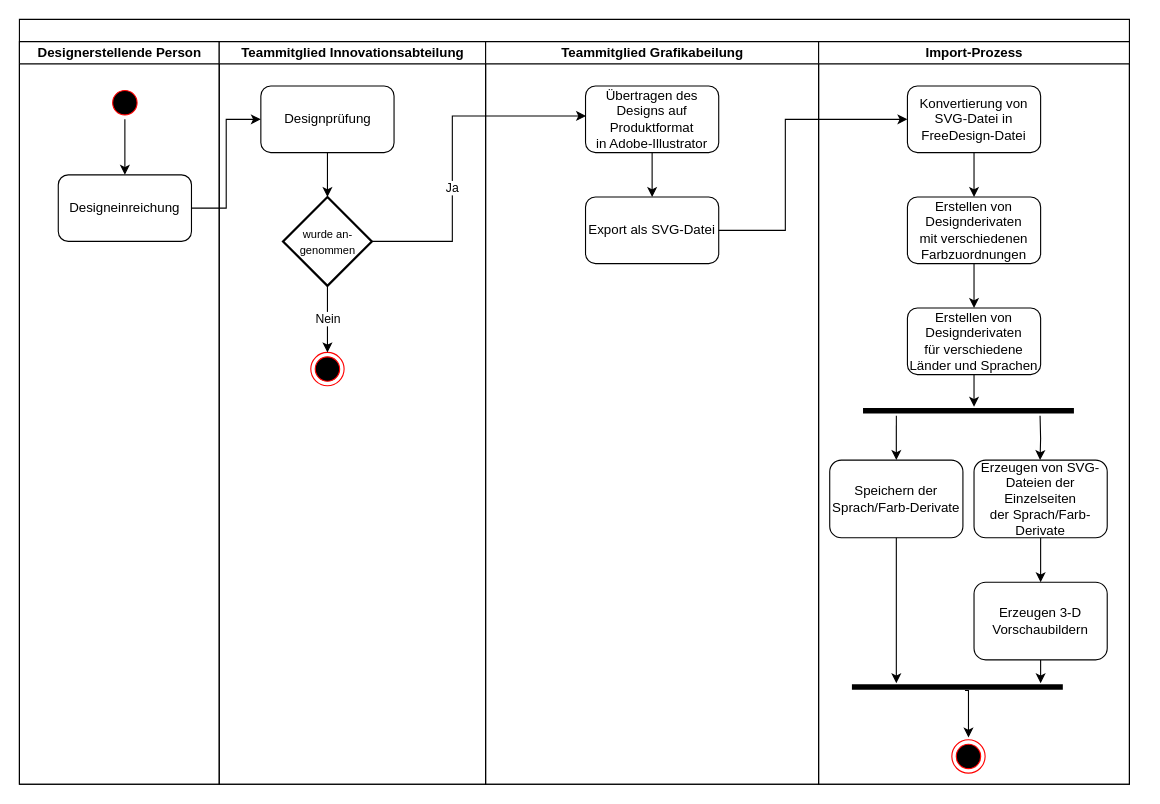
This is Arbeit/diagrams/Freedesign-Vorlagenerstellung.drawio from albreax/Diplomarbeit, a draw.io file, before an edit. Source tidied: cells renumbered, new cells numbered last; positions are measured from the earlier drawing's top-left corner, leaving out a move shared by most shapes. Both pictures are drawn from the tidied source at 111%, with x=0, y=0 at pixel (19, 19).
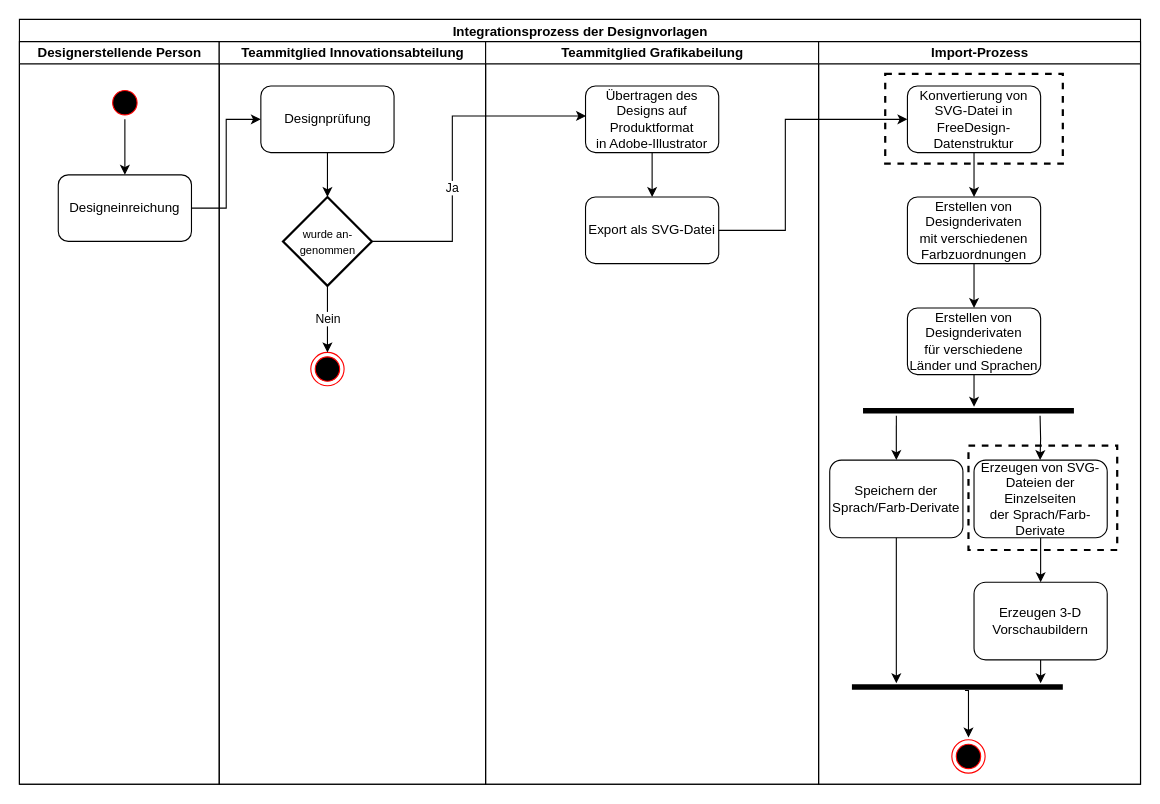
Above is the later version.

Change to the diagram source:
```diff
@@
-    <mxCell id="2" style="swimlane;html=1;startSize=20;" parent="1" vertex="1">
-      <mxGeometry width="1000" height="689" as="geometry" />
+    <mxCell id="2" value="&lt;p style=&quot;margin: 0px ; font-stretch: normal ; line-height: normal&quot;&gt;Integrationsprozess der Designvorlagen&lt;/p&gt;" style="swimlane;html=1;startSize=20;" parent="1" vertex="1">
+      <mxGeometry width="1010" height="689" as="geometry" />
     </mxCell>
@@
     <mxCell id="20" value="Import-Prozess" style="swimlane;html=1;startSize=20;" parent="2" vertex="1">
-      <mxGeometry x="720" y="20" width="280" height="669" as="geometry" />
+      <mxGeometry x="720" y="20" width="290" height="669" as="geometry" />
     </mxCell>
@@
-    <mxCell id="26" value="Konvertierung von SVG-Datei in FreeDesign-Datei" style="rounded=1;whiteSpace=wrap;html=1;" parent="20" vertex="1">
+    <mxCell id="26" value="Konvertierung von SVG-Datei in FreeDesign-Datenstruktur" style="rounded=1;whiteSpace=wrap;html=1;" parent="20" vertex="1">
       <mxGeometry x="80" y="40" width="120" height="60" as="geometry" />
     </mxCell>
@@
+    <mxCell id="39" style="verticalLabelPosition=bottom;verticalAlign=top;html=1;shape=mxgraph.basic.rect;fillColor2=none;strokeWidth=2;size=20;indent=5;fillColor=none;dashed=1;" parent="20" vertex="1">
+      <mxGeometry x="60" y="29" width="160" height="81" as="geometry" />
+    </mxCell>
+    <mxCell id="40" style="verticalLabelPosition=bottom;verticalAlign=top;html=1;shape=mxgraph.basic.rect;fillColor2=none;strokeWidth=2;size=20;indent=5;fillColor=none;dashed=1;" parent="20" vertex="1">
+      <mxGeometry x="135" y="364" width="134" height="94" as="geometry" />
+    </mxCell>
```
